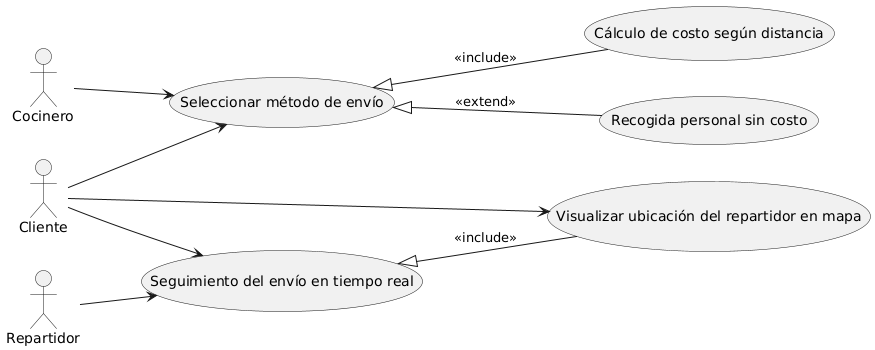
Before: documents/Diagrames Casos d'Us/Diagrames/Diagrama Caso de uso B3.png, a diagram exported from PlantUML (dabien3/ES25UAB-511-05).
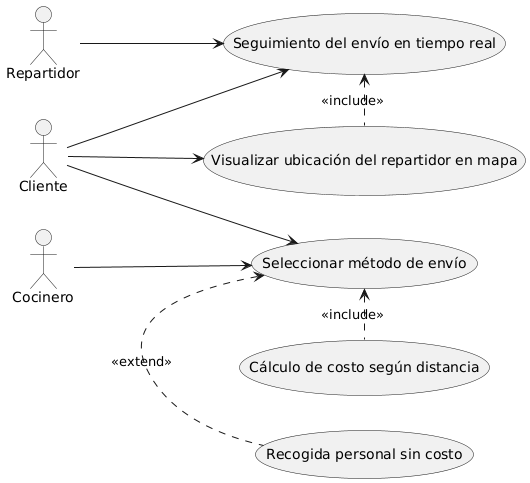
After the change.

What changed in the source:
```diff
@@ -18,7 +18,7 @@
 Cocinero --> SeleccionarEnvio
 Repartidor --> SeguimientoEnvio
 
-SeleccionarEnvio <|-- CalculoCosto : <<include>>
-SeleccionarEnvio <|-- RecogidaGratuita : <<extend>>
-SeguimientoEnvio <|-- UbicacionRepartidor : <<include>>
+SeleccionarEnvio <. CalculoCosto : <<include>>
+SeleccionarEnvio <. RecogidaGratuita : <<extend>>
+SeguimientoEnvio <. UbicacionRepartidor : <<include>>
 @enduml
```
